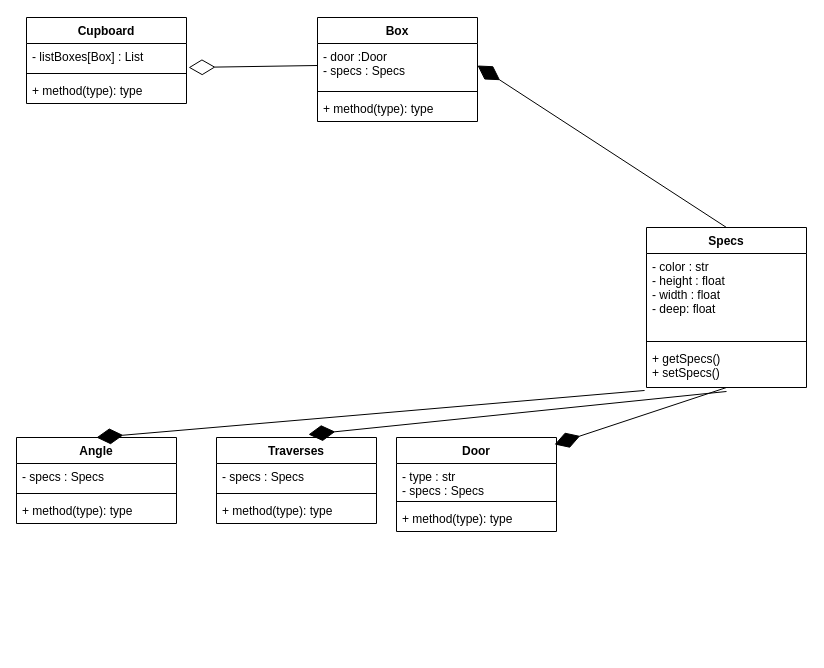
This is DiagrammeClasseKitbox.drawio from QuentinSoffie/kitbox, a draw.io file, before an edit. Source tidied: cells renumbered, new cells numbered last; positions are measured from the earlier drawing's top-left corner, leaving out a move shared by most shapes. Both pictures are drawn from the tidied source at 100%, with x=0, y=0 at pixel (16, 17).
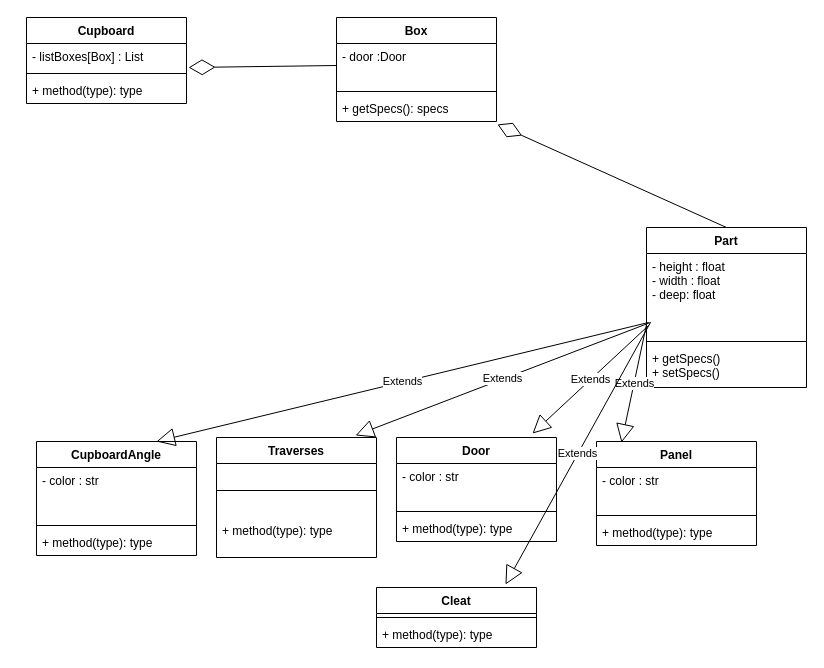
The same diagram, later.

The change refers to these unchanged cells:
```xml
<mxCell id="17" value="+ getSpecs()&#10;+ setSpecs()&#10;" style="text;strokeColor=none;fillColor=none;align=left;verticalAlign=top;spacingLeft=4;spacingRight=4;overflow=hidden;points=[[0,0.5],[1,0.5]];portConstraint=eastwest;" parent="14" vertex="1">
  <mxGeometry y="118" width="160" height="42" as="geometry" />
</mxCell>
```

Change to the diagram source:
```diff
@@
     <mxCell id="6" value="Box" style="swimlane;fontStyle=1;align=center;verticalAlign=top;horizontal=1;startSize=26;" parent="1" vertex="1">
-      <mxGeometry x="301" width="160" height="104" as="geometry" />
+      <mxGeometry x="320" width="160" height="104" as="geometry" />
     </mxCell>
-    <mxCell id="7" value="- door :Door&#10;- specs : Specs&#10;&#10; " style="text;strokeColor=none;fillColor=none;align=left;verticalAlign=top;spacingLeft=4;spacingRight=4;overflow=hidden;points=[[0,0.5],[1,0.5]];portConstraint=eastwest;" parent="6" vertex="1">
+    <mxCell id="7" value="- door :Door&#10;&#10; " style="text;strokeColor=none;fillColor=none;align=left;verticalAlign=top;spacingLeft=4;spacingRight=4;overflow=hidden;points=[[0,0.5],[1,0.5]];portConstraint=eastwest;" parent="6" vertex="1">
       <mxGeometry y="26" width="160" height="44" as="geometry" />
     </mxCell>
@@
-    <mxCell id="9" value="+ method(type): type" style="text;strokeColor=none;fillColor=none;align=left;verticalAlign=top;spacingLeft=4;spacingRight=4;overflow=hidden;points=[[0,0.5],[1,0.5]];portConstraint=eastwest;" parent="6" vertex="1">
+    <mxCell id="9" value="+ getSpecs(): specs" style="text;strokeColor=none;fillColor=none;align=left;verticalAlign=top;spacingLeft=4;spacingRight=4;overflow=hidden;points=[[0,0.5],[1,0.5]];portConstraint=eastwest;" parent="6" vertex="1">
       <mxGeometry y="78" width="160" height="26" as="geometry" />
     </mxCell>
     <mxCell id="10" value="Door" style="swimlane;fontStyle=1;align=center;verticalAlign=top;horizontal=1;startSize=26;" parent="1" vertex="1">
-      <mxGeometry x="380" y="420" width="160" height="94" as="geometry" />
+      <mxGeometry x="380" y="420" width="160" height="104" as="geometry" />
     </mxCell>
-    <mxCell id="11" value="- type : str&#10;- specs : Specs&#10;&#10;&#10;&#10;" style="text;strokeColor=none;fillColor=none;align=left;verticalAlign=top;spacingLeft=4;spacingRight=4;overflow=hidden;" parent="10" vertex="1">
-      <mxGeometry y="26" width="160" height="34" as="geometry" />
+    <mxCell id="11" value="- color : str&#10;" style="text;strokeColor=none;fillColor=none;align=left;verticalAlign=top;spacingLeft=4;spacingRight=4;overflow=hidden;" parent="10" vertex="1">
+      <mxGeometry y="26" width="160" height="44" as="geometry" />
     </mxCell>
     <mxCell id="12" style="line;strokeWidth=1;fillColor=none;align=left;verticalAlign=middle;spacingTop=-1;spacingLeft=3;spacingRight=3;labelPosition=right;" parent="10" vertex="1">
-      <mxGeometry y="60" width="160" height="8" as="geometry" />
+      <mxGeometry y="70" width="160" height="8" as="geometry" />
     </mxCell>
     <mxCell id="13" value="+ method(type): type" style="text;strokeColor=none;fillColor=none;align=left;verticalAlign=top;spacingLeft=4;spacingRight=4;overflow=hidden;" parent="10" vertex="1">
-      <mxGeometry y="68" width="160" height="26" as="geometry" />
+      <mxGeometry y="78" width="160" height="26" as="geometry" />
     </mxCell>
-    <mxCell id="14" value="Specs" style="swimlane;fontStyle=1;align=center;verticalAlign=top;horizontal=1;startSize=26;" parent="1" vertex="1">
+    <mxCell id="14" value="Part&#10;" style="swimlane;fontStyle=1;align=center;verticalAlign=top;horizontal=1;startSize=26;" parent="1" vertex="1">
       <mxGeometry x="630" y="210" width="160" height="160" as="geometry" />
     </mxCell>
-    <mxCell id="15" value="- color : str&#10;- height : float&#10;- width : float&#10;- deep: float&#10;" style="text;strokeColor=none;fillColor=none;align=left;verticalAlign=top;spacingLeft=4;spacingRight=4;overflow=hidden;points=[[0,0.5],[1,0.5]];portConstraint=eastwest;" parent="14" vertex="1">
+    <mxCell id="15" value="- height : float&#10;- width : float&#10;- deep: float&#10;" style="text;strokeColor=none;fillColor=none;align=left;verticalAlign=top;spacingLeft=4;spacingRight=4;overflow=hidden;points=[[0,0.5],[1,0.5]];portConstraint=eastwest;" parent="14" vertex="1">
       <mxGeometry y="26" width="160" height="84" as="geometry" />
     </mxCell>
@@
     <mxCell id="18" value="Traverses" style="swimlane;fontStyle=1;align=center;verticalAlign=top;horizontal=1;startSize=26;" parent="1" vertex="1">
-      <mxGeometry x="200" y="420" width="160" height="86" as="geometry" />
+      <mxGeometry x="200" y="420" width="160" height="120" as="geometry" />
     </mxCell>
-    <mxCell id="19" value="- specs : Specs" style="text;strokeColor=none;fillColor=none;align=left;verticalAlign=top;spacingLeft=4;spacingRight=4;overflow=hidden;" parent="18" vertex="1">
-      <mxGeometry y="26" width="160" height="26" as="geometry" />
-    </mxCell>
     <mxCell id="20" style="line;strokeWidth=1;fillColor=none;align=left;verticalAlign=middle;spacingTop=-1;spacingLeft=3;spacingRight=3;labelPosition=right;" parent="18" vertex="1">
-      <mxGeometry y="52" width="160" height="8" as="geometry" />
+      <mxGeometry y="26" width="160" height="54" as="geometry" />
     </mxCell>
     <mxCell id="21" value="+ method(type): type" style="text;strokeColor=none;fillColor=none;align=left;verticalAlign=top;spacingLeft=4;spacingRight=4;overflow=hidden;" parent="18" vertex="1">
-      <mxGeometry y="60" width="160" height="26" as="geometry" />
+      <mxGeometry y="80" width="160" height="40" as="geometry" />
     </mxCell>
-    <mxCell id="22" value="Angle" style="swimlane;fontStyle=1;align=center;verticalAlign=top;horizontal=1;startSize=26;" parent="1" vertex="1">
-      <mxGeometry y="420" width="160" height="86" as="geometry" />
+    <mxCell id="22" value="CupboardAngle" style="swimlane;fontStyle=1;align=center;verticalAlign=top;horizontal=1;startSize=26;" parent="1" vertex="1">
+      <mxGeometry x="20" y="424" width="160" height="114" as="geometry" />
     </mxCell>
-    <mxCell id="23" value="- specs : Specs" style="text;strokeColor=none;fillColor=none;align=left;verticalAlign=top;spacingLeft=4;spacingRight=4;overflow=hidden;" parent="22" vertex="1">
-      <mxGeometry y="26" width="160" height="26" as="geometry" />
+    <mxCell id="23" value="- color : str" style="text;strokeColor=none;fillColor=none;align=left;verticalAlign=top;spacingLeft=4;spacingRight=4;overflow=hidden;" parent="22" vertex="1">
+      <mxGeometry y="26" width="160" height="54" as="geometry" />
     </mxCell>
     <mxCell id="24" style="line;strokeWidth=1;fillColor=none;align=left;verticalAlign=middle;spacingTop=-1;spacingLeft=3;spacingRight=3;labelPosition=right;" parent="22" vertex="1">
-      <mxGeometry y="52" width="160" height="8" as="geometry" />
+      <mxGeometry y="80" width="160" height="8" as="geometry" />
     </mxCell>
     <mxCell id="25" value="+ method(type): type" style="text;strokeColor=none;fillColor=none;align=left;verticalAlign=top;spacingLeft=4;spacingRight=4;overflow=hidden;" parent="22" vertex="1">
-      <mxGeometry y="60" width="160" height="26" as="geometry" />
+      <mxGeometry y="88" width="160" height="26" as="geometry" />
     </mxCell>
-    <mxCell id="26" style="endArrow=diamondThin;endFill=1;endSize=24;html=1;exitX=0.5;exitY=1;exitDx=0;exitDy=0;entryX=0.988;entryY=0.074;entryDx=0;entryDy=0;entryPerimeter=0;" parent="1" edge="1" source="14" target="10">
-      <mxGeometry relative="1" as="geometry" />
-    </mxCell>
-    <mxCell id="27" style="endArrow=diamondThin;endFill=1;endSize=24;html=1;exitX=0.5;exitY=1.095;exitDx=0;exitDy=0;exitPerimeter=0;entryX=0.575;entryY=-0.035;entryDx=0;entryDy=0;entryPerimeter=0;" parent="1" edge="1" source="17" target="18">
-      <mxGeometry relative="1" as="geometry" />
-    </mxCell>
-    <mxCell id="28" style="endArrow=diamondThin;endFill=1;endSize=24;html=1;exitX=-0.012;exitY=1.071;exitDx=0;exitDy=0;exitPerimeter=0;entryX=0.5;entryY=0;entryDx=0;entryDy=0;" parent="1" edge="1" source="17" target="22">
-      <mxGeometry relative="1" as="geometry" />
-    </mxCell>
@@
-    <mxCell id="30" style="endArrow=diamondThin;endFill=1;endSize=24;html=1;entryX=1;entryY=0.5;entryDx=0;entryDy=0;exitX=0.5;exitY=0;exitDx=0;exitDy=0;" parent="1" edge="1" source="14" target="7">
-      <mxGeometry relative="1" as="geometry" />
-    </mxCell>
+    <mxCell id="31" value="Panel&#10;" style="swimlane;fontStyle=1;align=center;verticalAlign=top;horizontal=1;startSize=26;" parent="1" vertex="1">
+      <mxGeometry x="580" y="424" width="160" height="104" as="geometry" />
+    </mxCell>
+    <mxCell id="32" value="- color : str&#10;" style="text;strokeColor=none;fillColor=none;align=left;verticalAlign=top;spacingLeft=4;spacingRight=4;overflow=hidden;" parent="31" vertex="1">
+      <mxGeometry y="26" width="160" height="44" as="geometry" />
+    </mxCell>
+    <mxCell id="33" style="line;strokeWidth=1;fillColor=none;align=left;verticalAlign=middle;spacingTop=-1;spacingLeft=3;spacingRight=3;labelPosition=right;" parent="31" vertex="1">
+      <mxGeometry y="70" width="160" height="8" as="geometry" />
+    </mxCell>
+    <mxCell id="34" value="+ method(type): type" style="text;strokeColor=none;fillColor=none;align=left;verticalAlign=top;spacingLeft=4;spacingRight=4;overflow=hidden;" parent="31" vertex="1">
+      <mxGeometry y="78" width="160" height="26" as="geometry" />
+    </mxCell>
+    <mxCell id="35" value="Cleat&#10;" style="swimlane;fontStyle=1;align=center;verticalAlign=top;horizontal=1;startSize=26;" parent="1" vertex="1">
+      <mxGeometry x="360" y="570" width="160" height="60" as="geometry" />
+    </mxCell>
+    <mxCell id="36" style="line;strokeWidth=1;fillColor=none;align=left;verticalAlign=middle;spacingTop=-1;spacingLeft=3;spacingRight=3;labelPosition=right;" parent="35" vertex="1">
+      <mxGeometry y="26" width="160" height="8" as="geometry" />
+    </mxCell>
+    <mxCell id="37" value="+ method(type): type" style="text;strokeColor=none;fillColor=none;align=left;verticalAlign=top;spacingLeft=4;spacingRight=4;overflow=hidden;" parent="35" vertex="1">
+      <mxGeometry y="34" width="160" height="26" as="geometry" />
+    </mxCell>
+    <mxCell id="38" value="Extends" style="endArrow=block;endSize=16;endFill=0;html=1;exitX=0;exitY=0.845;exitDx=0;exitDy=0;exitPerimeter=0;entryX=0.156;entryY=0.01;entryDx=0;entryDy=0;entryPerimeter=0;" parent="1" edge="1" source="15" target="31">
+      <mxGeometry relative="1" as="geometry" />
+    </mxCell>
+    <mxCell id="39" value="Extends" style="endArrow=block;endSize=16;endFill=0;html=1;exitX=0.013;exitY=0.857;exitDx=0;exitDy=0;exitPerimeter=0;entryX=0.85;entryY=-0.038;entryDx=0;entryDy=0;entryPerimeter=0;" parent="1" edge="1" source="15" target="10">
+      <mxGeometry relative="1" as="geometry" />
+    </mxCell>
+    <mxCell id="40" value="Extends" style="endArrow=block;endSize=16;endFill=0;html=1;exitX=0.025;exitY=0.821;exitDx=0;exitDy=0;exitPerimeter=0;entryX=0.869;entryY=-0.017;entryDx=0;entryDy=0;entryPerimeter=0;" parent="1" edge="1" source="15" target="18">
+      <mxGeometry relative="1" as="geometry" />
+    </mxCell>
+    <mxCell id="41" value="Extends" style="endArrow=block;endSize=16;endFill=0;html=1;exitX=0.025;exitY=0.821;exitDx=0;exitDy=0;exitPerimeter=0;entryX=0.806;entryY=-0.05;entryDx=0;entryDy=0;entryPerimeter=0;" parent="1" edge="1" source="15" target="35">
+      <mxGeometry relative="1" as="geometry" />
+    </mxCell>
+    <mxCell id="42" value="Extends" style="endArrow=block;endSize=16;endFill=0;html=1;exitX=0.013;exitY=0.821;exitDx=0;exitDy=0;exitPerimeter=0;entryX=0.75;entryY=0;entryDx=0;entryDy=0;" parent="1" edge="1" source="15" target="22">
+      <mxGeometry relative="1" as="geometry" />
+    </mxCell>
+    <mxCell id="43" style="endArrow=diamondThin;endFill=0;endSize=24;html=1;entryX=1.006;entryY=1.115;entryDx=0;entryDy=0;entryPerimeter=0;exitX=0.5;exitY=0;exitDx=0;exitDy=0;" parent="1" edge="1" source="14" target="9">
+      <mxGeometry relative="1" as="geometry" />
+    </mxCell>
```
